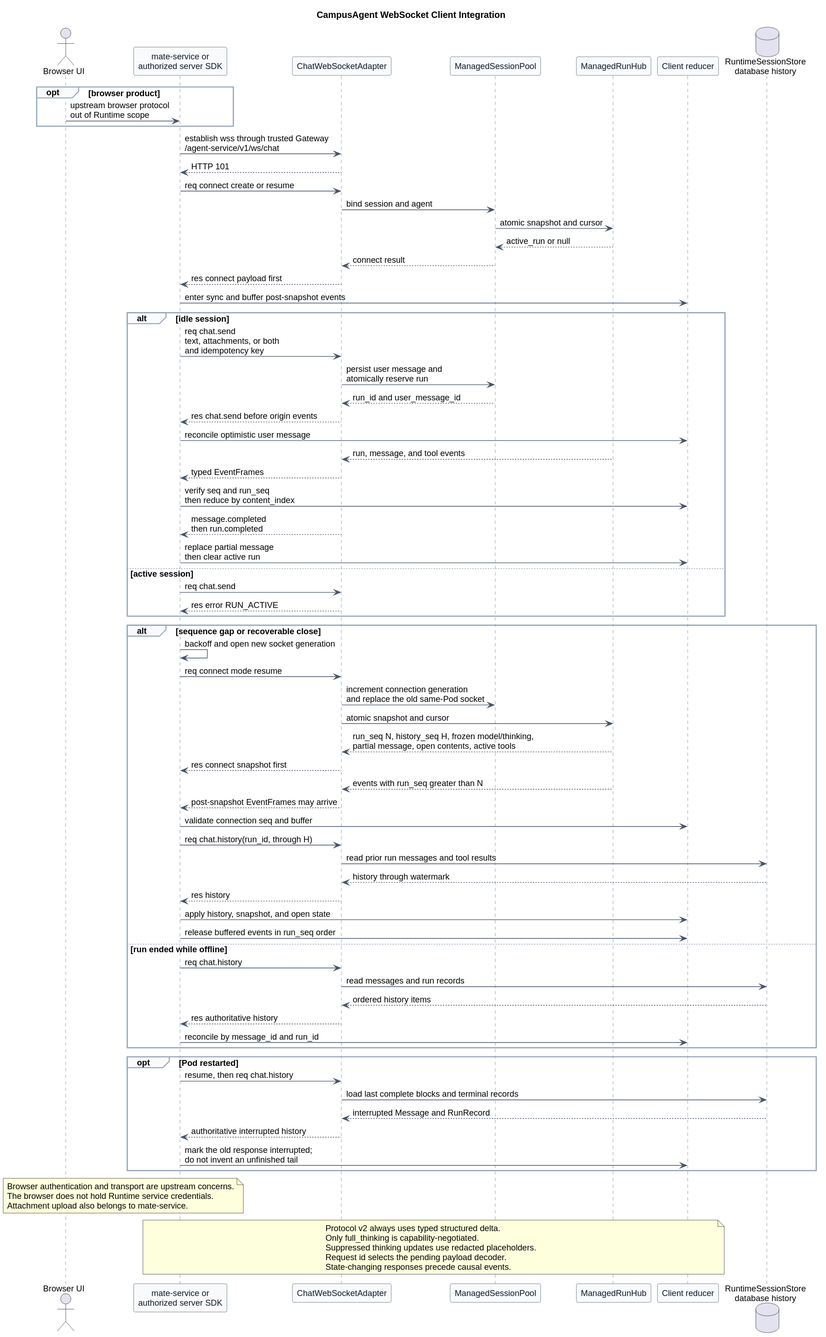
Earlier version of the PlantUML export pi-mono-java-manager-driven-multi-agent-runtime/frontend_websocket_client_integration.svg (superheromeZzh/pi-mono-java-design).
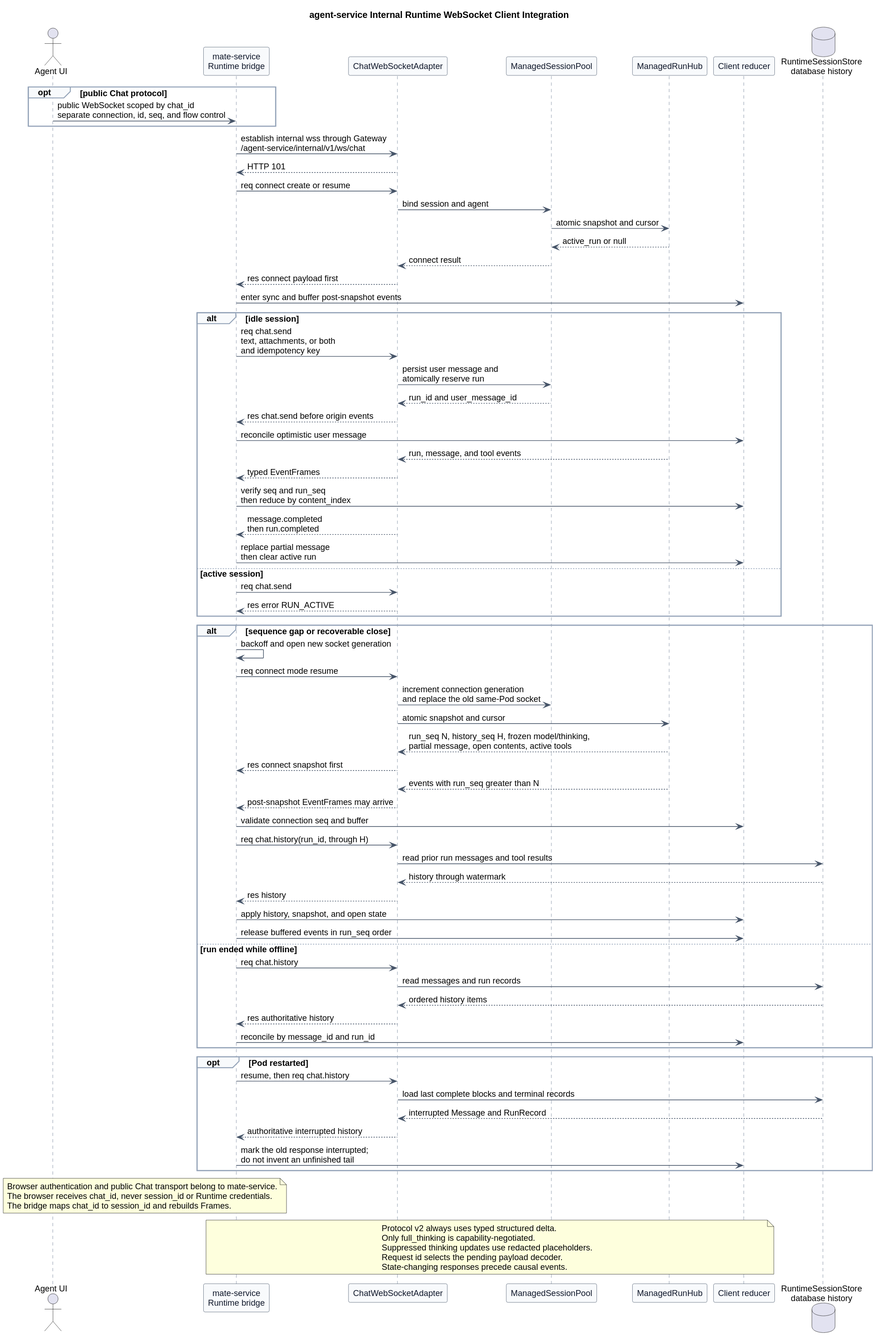
After the change.

The edit, as a diff of the source:
```diff
@@ -1,5 +1,5 @@
 @startuml
-title CampusAgent WebSocket Client Integration
+title agent-service Internal Runtime WebSocket Client Integration
 
 
 skinparam backgroundColor #FFFFFF
@@ -19,19 +19,19 @@
   GroupBackgroundColor #F8FAFC
 }
 
-actor "Browser UI" as Browser
-participant "mate-service or\nauthorized server SDK" as Client
+actor "Agent UI" as Browser
+participant "mate-service\nRuntime bridge" as Client
 participant "ChatWebSocketAdapter" as WS
 participant "ManagedSessionPool" as Pool
 participant "ManagedRunHub" as Hub
 participant "Client reducer" as Reducer
 database "RuntimeSessionStore\ndatabase history" as History
 
-opt browser product
-  Browser -> Client : upstream browser protocol\nout of Runtime scope
+opt public Chat protocol
+  Browser -> Client : public WebSocket scoped by chat_id\nseparate connection, id, seq, and flow control
 end
 
-Client -> WS : establish wss through trusted Gateway\n/agent-service/v1/ws/chat
+Client -> WS : establish internal wss through Gateway\n/agent-service/internal/v1/ws/chat
 WS --> Client : HTTP 101
 Client -> WS : req connect create or resume
 WS -> Pool : bind session and agent
@@ -90,9 +90,9 @@
 end
 
 note over Browser,Client
-Browser authentication and transport are upstream concerns.
-The browser does not hold Runtime service credentials.
-Attachment upload also belongs to mate-service.
+Browser authentication and public Chat transport belong to mate-service.
+The browser receives chat_id, never session_id or Runtime credentials.
+The bridge maps chat_id to session_id and rebuilds Frames.
 end note
 
 note over Client,Reducer
```
